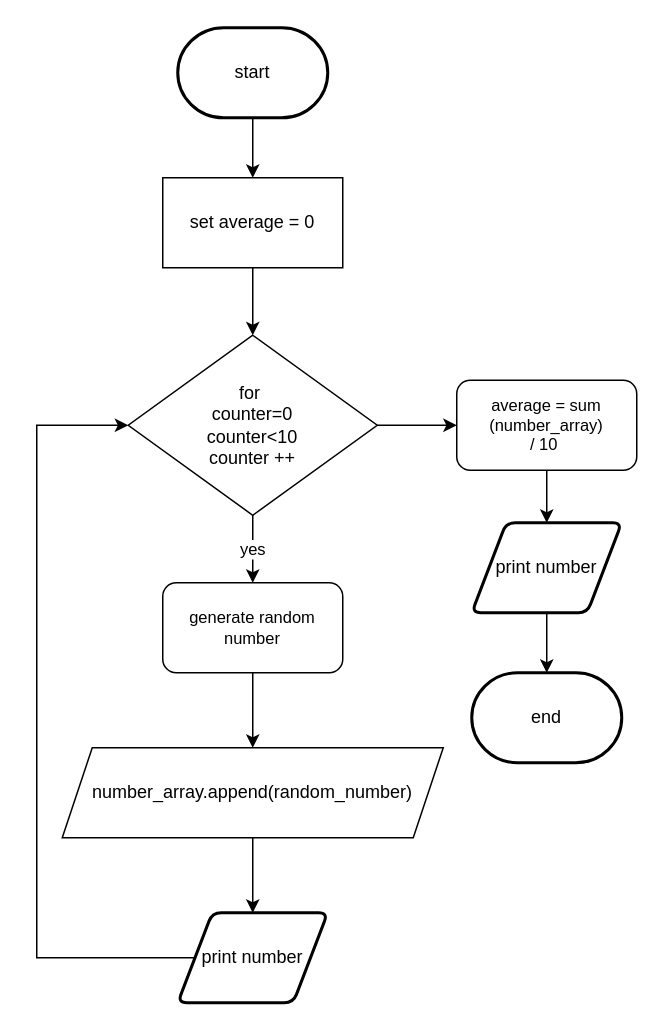
The draw.io diagram flow.drawio in devin-jhu/ICS3U-Unit6-03-Python, before the edit. Source tidied: cells renumbered, new cells numbered last; positions are measured from the earlier drawing's top-left corner, leaving out a move shared by most shapes. Both pictures are drawn from the tidied source at 150%, with x=0, y=0 at pixel (36, 27).
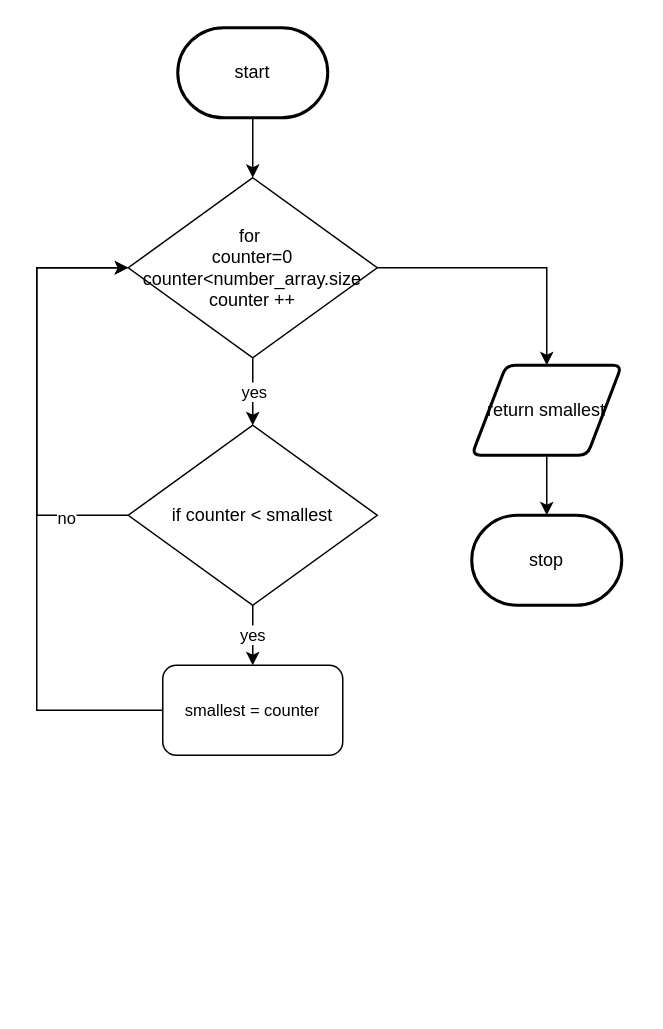
The same page after the edit.

Unchanged cells that the change refers to:
```xml
<mxCell id="13" value="start" style="strokeWidth=2;html=1;shape=mxgraph.flowchart.terminator;whiteSpace=wrap;" parent="1" vertex="1">
  <mxGeometry x="94" width="100" height="60" as="geometry" />
</mxCell>
```

Change to the diagram source:
```diff
@@
-    <mxCell id="2" style="edgeStyle=orthogonalEdgeStyle;shape=connector;rounded=0;html=1;exitX=0;exitY=0.5;exitDx=0;exitDy=0;entryX=0;entryY=0.5;entryDx=0;entryDy=0;labelBackgroundColor=default;fontFamily=Helvetica;fontSize=11;fontColor=default;endArrow=classic;strokeColor=default;" parent="1" edge="1" source="3" target="7">
-      <mxGeometry relative="1" as="geometry">
-        <Array as="points">
-          <mxPoint y="620" />
-          <mxPoint y="265" />
-        </Array>
-      </mxGeometry>
-    </mxCell>
-    <mxCell id="3" value="print number" style="shape=parallelogram;html=1;strokeWidth=2;perimeter=parallelogramPerimeter;whiteSpace=wrap;rounded=1;arcSize=12;size=0.23;" parent="1" vertex="1">
-      <mxGeometry x="94" y="590" width="100" height="60" as="geometry" />
-    </mxCell>
-    <mxCell id="4" value="end" style="strokeWidth=2;html=1;shape=mxgraph.flowchart.terminator;whiteSpace=wrap;" parent="1" vertex="1">
-      <mxGeometry x="290" y="430" width="100" height="60" as="geometry" />
-    </mxCell>
+    <mxCell id="18" value="stop" style="strokeWidth=2;html=1;shape=mxgraph.flowchart.terminator;whiteSpace=wrap;" parent="1" vertex="1">
+      <mxGeometry x="290" y="325" width="100" height="60" as="geometry" />
+    </mxCell>
-    <mxCell id="5" value="yes" style="edgeStyle=orthogonalEdgeStyle;shape=connector;rounded=0;html=1;exitX=0.5;exitY=1;exitDx=0;exitDy=0;entryX=0.5;entryY=0;entryDx=0;entryDy=0;labelBackgroundColor=default;fontFamily=Helvetica;fontSize=11;fontColor=default;endArrow=classic;strokeColor=default;" parent="1" edge="1" source="7" target="11">
-      <mxGeometry relative="1" as="geometry" />
+    <mxCell id="5" value="yes" style="edgeStyle=orthogonalEdgeStyle;shape=connector;rounded=0;html=1;exitX=0.5;exitY=1;exitDx=0;exitDy=0;entryX=0.5;entryY=0;entryDx=0;entryDy=0;labelBackgroundColor=default;fontFamily=Helvetica;fontSize=11;fontColor=default;endArrow=classic;strokeColor=default;" parent="1" edge="1" source="21">
+      <mxGeometry relative="1" as="geometry">
+        <mxPoint x="144" y="265" as="targetPoint" />
+      </mxGeometry>
     </mxCell>
-    <mxCell id="6" style="edgeStyle=orthogonalEdgeStyle;shape=connector;rounded=0;html=1;exitX=1;exitY=0.5;exitDx=0;exitDy=0;entryX=0;entryY=0.5;entryDx=0;entryDy=0;labelBackgroundColor=default;fontFamily=Helvetica;fontSize=11;fontColor=default;endArrow=classic;strokeColor=default;" parent="1" edge="1" source="7" target="17">
-      <mxGeometry relative="1" as="geometry" />
-    </mxCell>
-    <mxCell id="7" value="for&amp;nbsp;&lt;br&gt;counter=0&lt;br&gt;counter&amp;lt;10&lt;br&gt;counter ++" style="rhombus;whiteSpace=wrap;html=1;" parent="1" vertex="1">
-      <mxGeometry x="61" y="205" width="166" height="120" as="geometry" />
-    </mxCell>
-    <mxCell id="8" style="edgeStyle=orthogonalEdgeStyle;shape=connector;rounded=0;html=1;exitX=0.5;exitY=1;exitDx=0;exitDy=0;entryX=0.5;entryY=0;entryDx=0;entryDy=0;labelBackgroundColor=default;fontFamily=Helvetica;fontSize=11;fontColor=default;endArrow=classic;strokeColor=default;" parent="1" edge="1" source="9" target="3">
-      <mxGeometry relative="1" as="geometry" />
-    </mxCell>
-    <mxCell id="9" value="number_array.append(random_number)" style="shape=parallelogram;perimeter=parallelogramPerimeter;whiteSpace=wrap;html=1;fixedSize=1;" parent="1" vertex="1">
-      <mxGeometry x="17" y="480" width="254" height="60" as="geometry" />
-    </mxCell>
-    <mxCell id="10" style="edgeStyle=orthogonalEdgeStyle;shape=connector;rounded=0;html=1;exitX=0.5;exitY=1;exitDx=0;exitDy=0;labelBackgroundColor=default;fontFamily=Helvetica;fontSize=11;fontColor=default;endArrow=classic;strokeColor=default;" parent="1" edge="1" source="11" target="9">
-      <mxGeometry relative="1" as="geometry" />
-    </mxCell>
-    <mxCell id="11" value="generate random number" style="rounded=1;whiteSpace=wrap;html=1;fontFamily=Helvetica;fontSize=11;fontColor=default;" parent="1" vertex="1">
-      <mxGeometry x="84" y="370" width="120" height="60" as="geometry" />
-    </mxCell>
-    <mxCell id="12" style="edgeStyle=orthogonalEdgeStyle;shape=connector;rounded=0;html=1;exitX=0.5;exitY=1;exitDx=0;exitDy=0;exitPerimeter=0;entryX=0.5;entryY=0;entryDx=0;entryDy=0;labelBackgroundColor=default;fontFamily=Helvetica;fontSize=11;fontColor=default;endArrow=classic;strokeColor=default;" parent="1" edge="1" source="13" target="15">
-      <mxGeometry relative="1" as="geometry" />
-    </mxCell>
+    <mxCell id="20" style="edgeStyle=orthogonalEdgeStyle;shape=connector;rounded=0;html=1;exitX=1;exitY=0.5;exitDx=0;exitDy=0;entryX=0.5;entryY=0;entryDx=0;entryDy=0;labelBackgroundColor=default;fontFamily=Helvetica;fontSize=11;fontColor=default;endArrow=classic;strokeColor=default;" parent="1" edge="1" source="21" target="24">
+      <mxGeometry relative="1" as="geometry" />
+    </mxCell>
+    <mxCell id="21" value="for&amp;nbsp;&lt;br&gt;counter=0&lt;br&gt;counter&amp;lt;number_array.size&lt;br&gt;counter ++" style="rhombus;whiteSpace=wrap;html=1;" parent="1" vertex="1">
+      <mxGeometry x="61" y="100" width="166" height="120" as="geometry" />
+    </mxCell>
+    <mxCell id="22" style="edgeStyle=none;html=1;exitX=0.5;exitY=1;exitDx=0;exitDy=0;exitPerimeter=0;entryX=0.5;entryY=0;entryDx=0;entryDy=0;" parent="1" edge="1" source="13" target="21">
+      <mxGeometry relative="1" as="geometry" />
+    </mxCell>
@@
-    <mxCell id="14" style="edgeStyle=orthogonalEdgeStyle;shape=connector;rounded=0;html=1;exitX=0.5;exitY=1;exitDx=0;exitDy=0;entryX=0.5;entryY=0;entryDx=0;entryDy=0;labelBackgroundColor=default;fontFamily=Helvetica;fontSize=11;fontColor=default;endArrow=classic;strokeColor=default;" parent="1" edge="1" source="15" target="7">
-      <mxGeometry relative="1" as="geometry" />
-    </mxCell>
-    <mxCell id="15" value="set average = 0" style="rounded=0;whiteSpace=wrap;html=1;" parent="1" vertex="1">
-      <mxGeometry x="84" y="100" width="120" height="60" as="geometry" />
-    </mxCell>
-    <mxCell id="16" style="edgeStyle=orthogonalEdgeStyle;shape=connector;rounded=0;html=1;exitX=0.5;exitY=1;exitDx=0;exitDy=0;entryX=0.5;entryY=0;entryDx=0;entryDy=0;labelBackgroundColor=default;fontFamily=Helvetica;fontSize=11;fontColor=default;endArrow=classic;strokeColor=default;" parent="1" edge="1" source="17" target="19">
-      <mxGeometry relative="1" as="geometry" />
-    </mxCell>
-    <mxCell id="17" value="average = sum (number_array)&lt;br&gt;/ 10&amp;nbsp;" style="rounded=1;whiteSpace=wrap;html=1;fontFamily=Helvetica;fontSize=11;fontColor=default;" parent="1" vertex="1">
-      <mxGeometry x="280" y="235" width="120" height="60" as="geometry" />
-    </mxCell>
-    <mxCell id="18" style="edgeStyle=orthogonalEdgeStyle;shape=connector;rounded=0;html=1;exitX=0.5;exitY=1;exitDx=0;exitDy=0;entryX=0.5;entryY=0;entryDx=0;entryDy=0;entryPerimeter=0;labelBackgroundColor=default;fontFamily=Helvetica;fontSize=11;fontColor=default;endArrow=classic;strokeColor=default;" parent="1" edge="1" source="19" target="4">
-      <mxGeometry relative="1" as="geometry" />
-    </mxCell>
-    <mxCell id="19" value="print number" style="shape=parallelogram;html=1;strokeWidth=2;perimeter=parallelogramPerimeter;whiteSpace=wrap;rounded=1;arcSize=12;size=0.23;" parent="1" vertex="1">
-      <mxGeometry x="290" y="330" width="100" height="60" as="geometry" />
-    </mxCell>
+    <mxCell id="23" style="edgeStyle=orthogonalEdgeStyle;shape=connector;rounded=0;html=1;exitX=0.5;exitY=1;exitDx=0;exitDy=0;entryX=0.5;entryY=0;entryDx=0;entryDy=0;entryPerimeter=0;labelBackgroundColor=default;fontFamily=Helvetica;fontSize=11;fontColor=default;endArrow=classic;strokeColor=default;" parent="1" edge="1" source="24" target="18">
+      <mxGeometry relative="1" as="geometry" />
+    </mxCell>
+    <mxCell id="24" value="return smallest" style="shape=parallelogram;html=1;strokeWidth=2;perimeter=parallelogramPerimeter;whiteSpace=wrap;rounded=1;arcSize=12;size=0.23;" parent="1" vertex="1">
+      <mxGeometry x="290" y="225" width="100" height="60" as="geometry" />
+    </mxCell>
+    <mxCell id="25" style="edgeStyle=orthogonalEdgeStyle;shape=connector;rounded=0;html=1;exitX=0;exitY=0.5;exitDx=0;exitDy=0;entryX=0;entryY=0.5;entryDx=0;entryDy=0;labelBackgroundColor=default;fontFamily=Helvetica;fontSize=11;fontColor=default;endArrow=classic;strokeColor=default;" parent="1" edge="1" source="28" target="21">
+      <mxGeometry relative="1" as="geometry">
+        <Array as="points">
+          <mxPoint y="325" />
+          <mxPoint y="160" />
+        </Array>
+      </mxGeometry>
+    </mxCell>
+    <mxCell id="26" value="no" style="edgeLabel;html=1;align=center;verticalAlign=middle;fontSize=11;fontFamily=Helvetica;fontColor=default;" parent="25" vertex="1">
+      <mxGeometry x="-0.71" y="1" relative="1" as="geometry" />
+    </mxCell>
+    <mxCell id="27" value="yes" style="edgeStyle=orthogonalEdgeStyle;shape=connector;rounded=0;html=1;exitX=0.5;exitY=1;exitDx=0;exitDy=0;labelBackgroundColor=default;fontFamily=Helvetica;fontSize=11;fontColor=default;endArrow=classic;strokeColor=default;" parent="1" edge="1" source="28" target="30">
+      <mxGeometry relative="1" as="geometry" />
+    </mxCell>
+    <mxCell id="28" value="if counter &amp;lt; smallest" style="rhombus;whiteSpace=wrap;html=1;" parent="1" vertex="1">
+      <mxGeometry x="61" y="265" width="166" height="120" as="geometry" />
+    </mxCell>
+    <mxCell id="29" style="edgeStyle=orthogonalEdgeStyle;shape=connector;rounded=0;html=1;exitX=0;exitY=0.5;exitDx=0;exitDy=0;entryX=0;entryY=0.5;entryDx=0;entryDy=0;labelBackgroundColor=default;fontFamily=Helvetica;fontSize=11;fontColor=default;endArrow=classic;strokeColor=default;" parent="1" edge="1" source="30" target="21">
+      <mxGeometry relative="1" as="geometry">
+        <Array as="points">
+          <mxPoint y="455" />
+          <mxPoint y="160" />
+        </Array>
+      </mxGeometry>
+    </mxCell>
+    <mxCell id="30" value="smallest = counter" style="rounded=1;whiteSpace=wrap;html=1;fontFamily=Helvetica;fontSize=11;fontColor=default;" parent="1" vertex="1">
+      <mxGeometry x="84" y="425" width="120" height="60" as="geometry" />
+    </mxCell>
```
